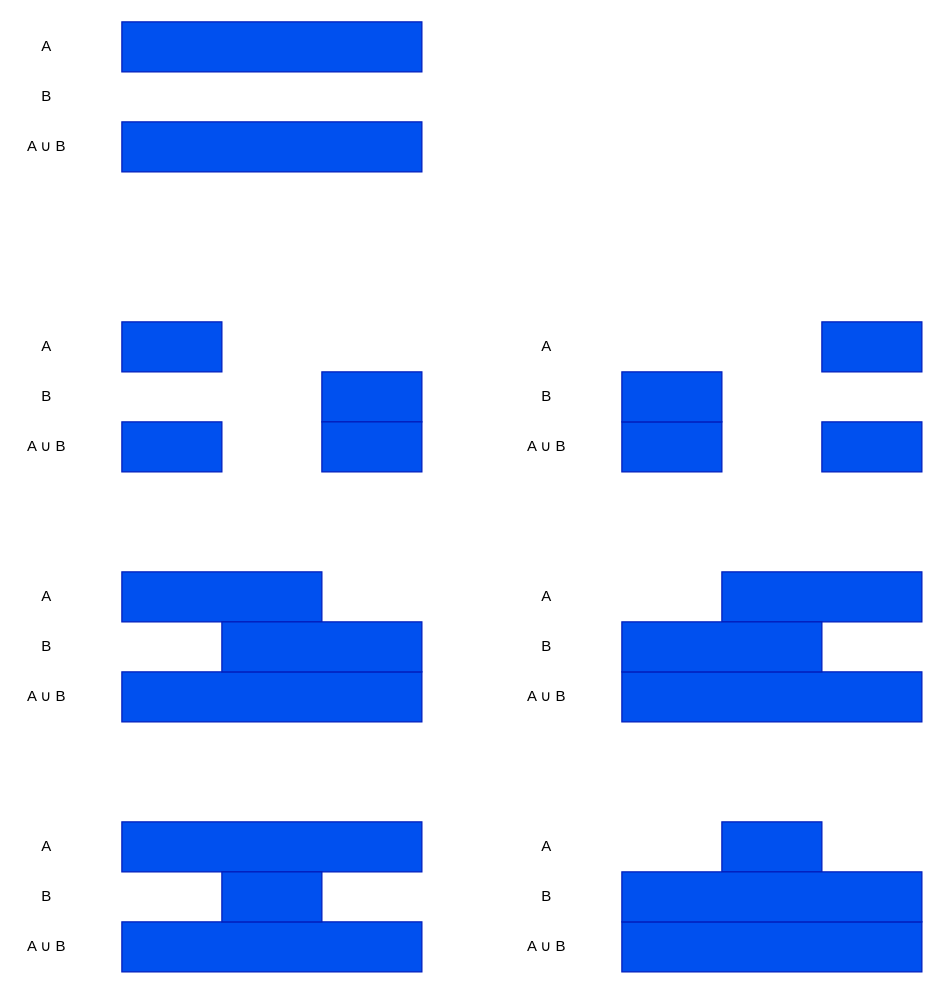
Before: src/SimpleTimeInterval.drawio in yolisses/time-constraints, a draw.io diagram. Source tidied: cells renumbered, new cells numbered last; positions are measured from the earlier drawing's top-left corner, leaving out a move shared by most shapes. Both pictures are drawn from the tidied source at 125%, with x=0, y=0 at pixel (21, 21).
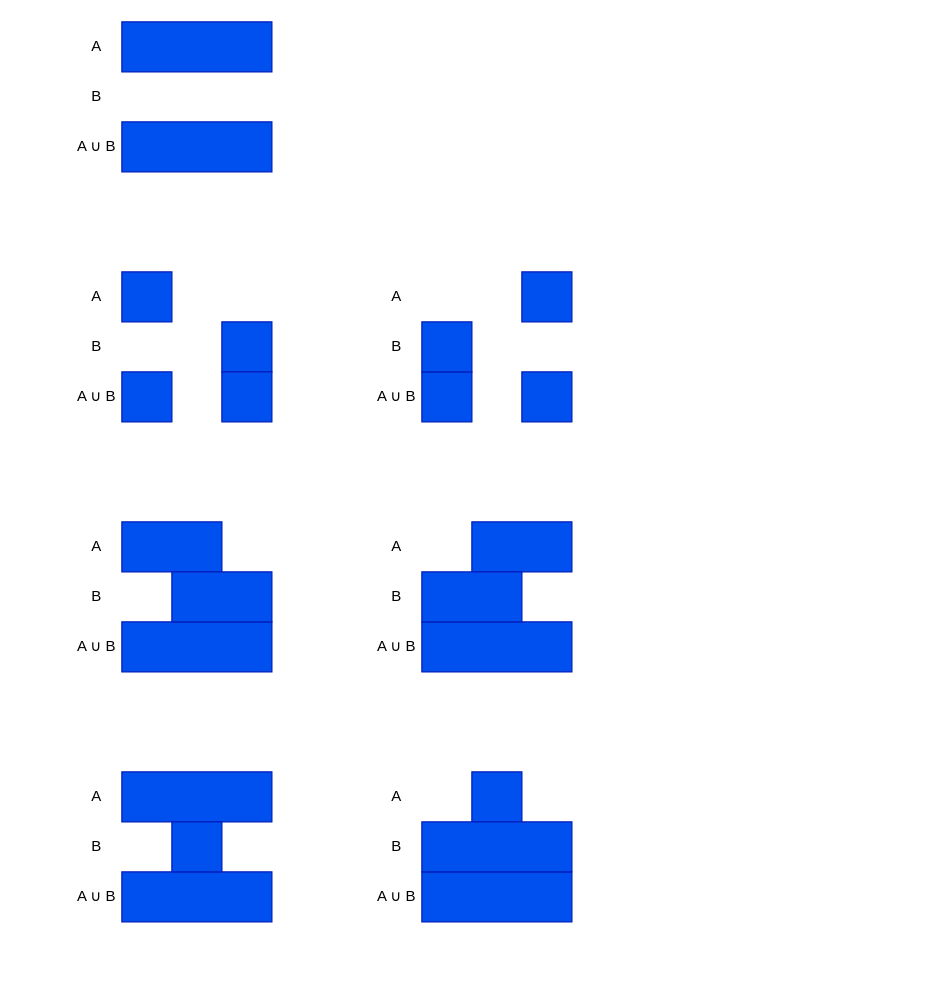
The same page after the edit.

Diff of the diagram source:
```diff
@@
     <mxCell id="2" style="rounded=0;whiteSpace=wrap;html=1;fillColor=#0050ef;fontColor=#ffffff;strokeColor=#001DBC;" parent="1" vertex="1">
-      <mxGeometry x="80" width="240" height="40" as="geometry" />
+      <mxGeometry x="80" width="120" height="40" as="geometry" />
     </mxCell>
@@
     <mxCell id="4" value="A" style="text;html=1;align=center;verticalAlign=middle;whiteSpace=wrap;rounded=0;" parent="1" vertex="1">
-      <mxGeometry width="40" height="40" as="geometry" />
+      <mxGeometry x="40" width="40" height="40" as="geometry" />
     </mxCell>
     <mxCell id="5" value="B" style="text;html=1;align=center;verticalAlign=middle;whiteSpace=wrap;rounded=0;" parent="1" vertex="1">
-      <mxGeometry y="40" width="40" height="40" as="geometry" />
+      <mxGeometry x="40" y="40" width="40" height="40" as="geometry" />
     </mxCell>
     <mxCell id="6" value="A ∪ B" style="text;html=1;align=center;verticalAlign=middle;whiteSpace=wrap;rounded=0;" parent="1" vertex="1">
-      <mxGeometry y="80" width="40" height="40" as="geometry" />
+      <mxGeometry x="40" y="80" width="40" height="40" as="geometry" />
     </mxCell>
     <mxCell id="7" style="rounded=0;whiteSpace=wrap;html=1;fillColor=#0050ef;fontColor=#ffffff;strokeColor=#001DBC;" parent="1" vertex="1">
-      <mxGeometry x="80" y="80" width="240" height="40" as="geometry" />
+      <mxGeometry x="80" y="80" width="120" height="40" as="geometry" />
     </mxCell>
     <mxCell id="8" style="rounded=0;whiteSpace=wrap;html=1;fillColor=#0050ef;fontColor=#ffffff;strokeColor=#001DBC;" parent="1" vertex="1">
-      <mxGeometry x="80" y="240" width="80" height="40" as="geometry" />
+      <mxGeometry x="80" y="200" width="40" height="40" as="geometry" />
     </mxCell>
     <mxCell id="9" value="A" style="text;html=1;align=center;verticalAlign=middle;whiteSpace=wrap;rounded=0;" parent="1" vertex="1">
-      <mxGeometry y="240" width="40" height="40" as="geometry" />
+      <mxGeometry x="40" y="200" width="40" height="40" as="geometry" />
     </mxCell>
     <mxCell id="10" value="B" style="text;html=1;align=center;verticalAlign=middle;whiteSpace=wrap;rounded=0;" parent="1" vertex="1">
-      <mxGeometry y="280" width="40" height="40" as="geometry" />
+      <mxGeometry x="40" y="240" width="40" height="40" as="geometry" />
     </mxCell>
     <mxCell id="11" value="A ∪ B" style="text;html=1;align=center;verticalAlign=middle;whiteSpace=wrap;rounded=0;" parent="1" vertex="1">
-      <mxGeometry y="320" width="40" height="40" as="geometry" />
+      <mxGeometry x="40" y="280" width="40" height="40" as="geometry" />
     </mxCell>
-    <mxCell id="12" style="rounded=0;whiteSpace=wrap;html=1;fillColor=#0050ef;fontColor=#ffffff;strokeColor=#001DBC;" parent="1" vertex="1">
-      <mxGeometry x="80" y="320" width="80" height="40" as="geometry" />
-    </mxCell>
     <mxCell id="13" style="rounded=0;whiteSpace=wrap;html=1;fillColor=#0050ef;fontColor=#ffffff;strokeColor=#001DBC;" parent="1" vertex="1">
-      <mxGeometry x="240" y="280" width="80" height="40" as="geometry" />
+      <mxGeometry x="160" y="240" width="40" height="40" as="geometry" />
     </mxCell>
-    <mxCell id="14" style="rounded=0;whiteSpace=wrap;html=1;fillColor=#0050ef;fontColor=#ffffff;strokeColor=#001DBC;" parent="1" vertex="1">
-      <mxGeometry x="240" y="320" width="80" height="40" as="geometry" />
-    </mxCell>
     <mxCell id="15" style="rounded=0;whiteSpace=wrap;html=1;fillColor=#0050ef;fontColor=#ffffff;strokeColor=#001DBC;" parent="1" vertex="1">
-      <mxGeometry x="80" y="440" width="160" height="40" as="geometry" />
+      <mxGeometry x="80" y="400" width="80" height="40" as="geometry" />
     </mxCell>
     <mxCell id="16" value="A" style="text;html=1;align=center;verticalAlign=middle;whiteSpace=wrap;rounded=0;" parent="1" vertex="1">
-      <mxGeometry y="440" width="40" height="40" as="geometry" />
+      <mxGeometry x="40" y="400" width="40" height="40" as="geometry" />
     </mxCell>
     <mxCell id="17" value="B" style="text;html=1;align=center;verticalAlign=middle;whiteSpace=wrap;rounded=0;" parent="1" vertex="1">
-      <mxGeometry y="480" width="40" height="40" as="geometry" />
+      <mxGeometry x="40" y="440" width="40" height="40" as="geometry" />
     </mxCell>
     <mxCell id="18" value="A ∪ B" style="text;html=1;align=center;verticalAlign=middle;whiteSpace=wrap;rounded=0;" parent="1" vertex="1">
-      <mxGeometry y="520" width="40" height="40" as="geometry" />
+      <mxGeometry x="40" y="480" width="40" height="40" as="geometry" />
     </mxCell>
     <mxCell id="19" style="rounded=0;whiteSpace=wrap;html=1;fillColor=#0050ef;fontColor=#ffffff;strokeColor=#001DBC;" parent="1" vertex="1">
-      <mxGeometry x="80" y="520" width="240" height="40" as="geometry" />
+      <mxGeometry x="80" y="480" width="120" height="40" as="geometry" />
     </mxCell>
     <mxCell id="20" style="rounded=0;whiteSpace=wrap;html=1;fillColor=#0050ef;fontColor=#ffffff;strokeColor=#001DBC;" parent="1" vertex="1">
-      <mxGeometry x="160" y="480" width="160" height="40" as="geometry" />
+      <mxGeometry x="120" y="440" width="80" height="40" as="geometry" />
     </mxCell>
     <mxCell id="21" style="rounded=0;whiteSpace=wrap;html=1;fillColor=#0050ef;fontColor=#ffffff;strokeColor=#001DBC;" parent="1" vertex="1">
-      <mxGeometry x="80" y="640" width="240" height="40" as="geometry" />
+      <mxGeometry x="80" y="600" width="120" height="40" as="geometry" />
     </mxCell>
     <mxCell id="22" value="A" style="text;html=1;align=center;verticalAlign=middle;whiteSpace=wrap;rounded=0;" parent="1" vertex="1">
-      <mxGeometry y="640" width="40" height="40" as="geometry" />
+      <mxGeometry x="40" y="600" width="40" height="40" as="geometry" />
     </mxCell>
     <mxCell id="23" value="B" style="text;html=1;align=center;verticalAlign=middle;whiteSpace=wrap;rounded=0;" parent="1" vertex="1">
-      <mxGeometry y="680" width="40" height="40" as="geometry" />
+      <mxGeometry x="40" y="640" width="40" height="40" as="geometry" />
     </mxCell>
     <mxCell id="24" value="A ∪ B" style="text;html=1;align=center;verticalAlign=middle;whiteSpace=wrap;rounded=0;" parent="1" vertex="1">
-      <mxGeometry y="720" width="40" height="40" as="geometry" />
+      <mxGeometry x="40" y="680" width="40" height="40" as="geometry" />
     </mxCell>
     <mxCell id="25" style="rounded=0;whiteSpace=wrap;html=1;fillColor=#0050ef;fontColor=#ffffff;strokeColor=#001DBC;" parent="1" vertex="1">
-      <mxGeometry x="80" y="720" width="240" height="40" as="geometry" />
+      <mxGeometry x="80" y="680" width="120" height="40" as="geometry" />
     </mxCell>
     <mxCell id="26" style="rounded=0;whiteSpace=wrap;html=1;fillColor=#0050ef;fontColor=#ffffff;strokeColor=#001DBC;" parent="1" vertex="1">
-      <mxGeometry x="160" y="680" width="80" height="40" as="geometry" />
+      <mxGeometry x="120" y="640" width="40" height="40" as="geometry" />
     </mxCell>
     <mxCell id="27" style="rounded=0;whiteSpace=wrap;html=1;fillColor=#0050ef;fontColor=#ffffff;strokeColor=#001DBC;" parent="1" vertex="1">
-      <mxGeometry x="560" y="640" width="80" height="40" as="geometry" />
+      <mxGeometry x="360" y="600" width="40" height="40" as="geometry" />
     </mxCell>
     <mxCell id="28" value="A" style="text;html=1;align=center;verticalAlign=middle;whiteSpace=wrap;rounded=0;" parent="1" vertex="1">
-      <mxGeometry x="400" y="640" width="40" height="40" as="geometry" />
+      <mxGeometry x="280" y="600" width="40" height="40" as="geometry" />
     </mxCell>
     <mxCell id="29" value="B" style="text;html=1;align=center;verticalAlign=middle;whiteSpace=wrap;rounded=0;" parent="1" vertex="1">
-      <mxGeometry x="400" y="680" width="40" height="40" as="geometry" />
+      <mxGeometry x="280" y="640" width="40" height="40" as="geometry" />
     </mxCell>
     <mxCell id="30" value="A ∪ B" style="text;html=1;align=center;verticalAlign=middle;whiteSpace=wrap;rounded=0;" parent="1" vertex="1">
-      <mxGeometry x="400" y="720" width="40" height="40" as="geometry" />
+      <mxGeometry x="280" y="680" width="40" height="40" as="geometry" />
     </mxCell>
     <mxCell id="31" style="rounded=0;whiteSpace=wrap;html=1;fillColor=#0050ef;fontColor=#ffffff;strokeColor=#001DBC;" parent="1" vertex="1">
-      <mxGeometry x="480" y="720" width="240" height="40" as="geometry" />
+      <mxGeometry x="320" y="680" width="120" height="40" as="geometry" />
     </mxCell>
     <mxCell id="32" style="rounded=0;whiteSpace=wrap;html=1;fillColor=#0050ef;fontColor=#ffffff;strokeColor=#001DBC;" parent="1" vertex="1">
-      <mxGeometry x="480" y="680" width="240" height="40" as="geometry" />
+      <mxGeometry x="320" y="640" width="120" height="40" as="geometry" />
     </mxCell>
     <mxCell id="33" style="rounded=0;whiteSpace=wrap;html=1;fillColor=#0050ef;fontColor=#ffffff;strokeColor=#001DBC;" parent="1" vertex="1">
-      <mxGeometry x="560" y="440" width="160" height="40" as="geometry" />
+      <mxGeometry x="360" y="400" width="80" height="40" as="geometry" />
     </mxCell>
     <mxCell id="34" value="A" style="text;html=1;align=center;verticalAlign=middle;whiteSpace=wrap;rounded=0;" parent="1" vertex="1">
-      <mxGeometry x="400" y="440" width="40" height="40" as="geometry" />
+      <mxGeometry x="280" y="400" width="40" height="40" as="geometry" />
     </mxCell>
     <mxCell id="35" value="B" style="text;html=1;align=center;verticalAlign=middle;whiteSpace=wrap;rounded=0;" parent="1" vertex="1">
-      <mxGeometry x="400" y="480" width="40" height="40" as="geometry" />
+      <mxGeometry x="280" y="440" width="40" height="40" as="geometry" />
     </mxCell>
     <mxCell id="36" value="A ∪ B" style="text;html=1;align=center;verticalAlign=middle;whiteSpace=wrap;rounded=0;" parent="1" vertex="1">
-      <mxGeometry x="400" y="520" width="40" height="40" as="geometry" />
+      <mxGeometry x="280" y="480" width="40" height="40" as="geometry" />
     </mxCell>
     <mxCell id="37" style="rounded=0;whiteSpace=wrap;html=1;fillColor=#0050ef;fontColor=#ffffff;strokeColor=#001DBC;" parent="1" vertex="1">
-      <mxGeometry x="480" y="520" width="240" height="40" as="geometry" />
+      <mxGeometry x="320" y="480" width="120" height="40" as="geometry" />
     </mxCell>
     <mxCell id="38" style="rounded=0;whiteSpace=wrap;html=1;fillColor=#0050ef;fontColor=#ffffff;strokeColor=#001DBC;" parent="1" vertex="1">
-      <mxGeometry x="480" y="480" width="160" height="40" as="geometry" />
+      <mxGeometry x="320" y="440" width="80" height="40" as="geometry" />
     </mxCell>
     <mxCell id="39" style="rounded=0;whiteSpace=wrap;html=1;fillColor=#0050ef;fontColor=#ffffff;strokeColor=#001DBC;" parent="1" vertex="1">
-      <mxGeometry x="640" y="240" width="80" height="40" as="geometry" />
+      <mxGeometry x="400" y="200" width="40" height="40" as="geometry" />
     </mxCell>
     <mxCell id="40" value="A" style="text;html=1;align=center;verticalAlign=middle;whiteSpace=wrap;rounded=0;" parent="1" vertex="1">
-      <mxGeometry x="400" y="240" width="40" height="40" as="geometry" />
+      <mxGeometry x="280" y="200" width="40" height="40" as="geometry" />
     </mxCell>
     <mxCell id="41" value="B" style="text;html=1;align=center;verticalAlign=middle;whiteSpace=wrap;rounded=0;" parent="1" vertex="1">
-      <mxGeometry x="400" y="280" width="40" height="40" as="geometry" />
+      <mxGeometry x="280" y="240" width="40" height="40" as="geometry" />
     </mxCell>
     <mxCell id="42" value="A ∪ B" style="text;html=1;align=center;verticalAlign=middle;whiteSpace=wrap;rounded=0;" parent="1" vertex="1">
-      <mxGeometry x="400" y="320" width="40" height="40" as="geometry" />
+      <mxGeometry x="280" y="280" width="40" height="40" as="geometry" />
     </mxCell>
     <mxCell id="43" style="rounded=0;whiteSpace=wrap;html=1;fillColor=#0050ef;fontColor=#ffffff;strokeColor=#001DBC;" parent="1" vertex="1">
-      <mxGeometry x="480" y="320" width="80" height="40" as="geometry" />
+      <mxGeometry x="320" y="280" width="40" height="40" as="geometry" />
     </mxCell>
     <mxCell id="44" style="rounded=0;whiteSpace=wrap;html=1;fillColor=#0050ef;fontColor=#ffffff;strokeColor=#001DBC;" parent="1" vertex="1">
-      <mxGeometry x="480" y="280" width="80" height="40" as="geometry" />
+      <mxGeometry x="320" y="240" width="40" height="40" as="geometry" />
     </mxCell>
     <mxCell id="45" style="rounded=0;whiteSpace=wrap;html=1;fillColor=#0050ef;fontColor=#ffffff;strokeColor=#001DBC;" parent="1" vertex="1">
-      <mxGeometry x="640" y="320" width="80" height="40" as="geometry" />
+      <mxGeometry x="400" y="280" width="40" height="40" as="geometry" />
     </mxCell>
+    <mxCell id="46" style="rounded=0;whiteSpace=wrap;html=1;fillColor=#0050ef;fontColor=#ffffff;strokeColor=#001DBC;" parent="1" vertex="1">
+      <mxGeometry x="80" y="280" width="40" height="40" as="geometry" />
+    </mxCell>
+    <mxCell id="47" style="rounded=0;whiteSpace=wrap;html=1;fillColor=#0050ef;fontColor=#ffffff;strokeColor=#001DBC;" parent="1" vertex="1">
+      <mxGeometry x="160" y="280" width="40" height="40" as="geometry" />
+    </mxCell>
```
